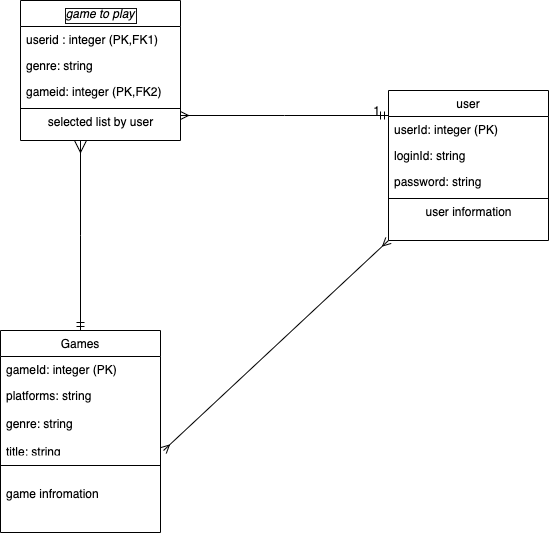
Earlier version of the draw.io export ERD.png (marzo20/project-2-Freegames). Source tidied: cells renumbered, new cells last; positions are measured from the earlier drawing's top-left corner, leaving out a move shared by most shapes.
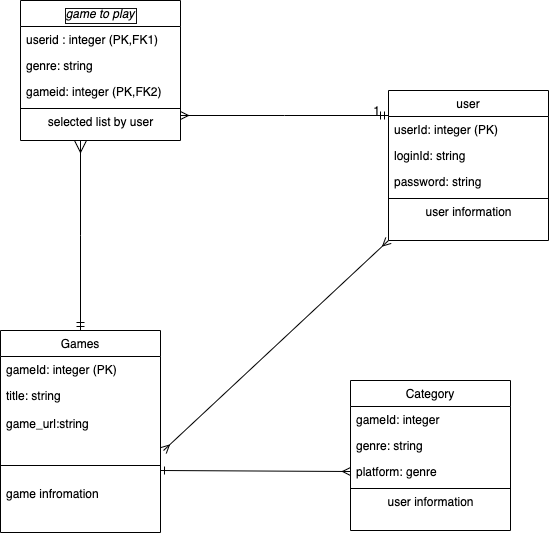
The same diagram one commit later.

Diff of the diagram source:
```diff
@@ -26,7 +26,7 @@
     <mxCell id="9" value="gameId: integer (PK)" style="text;align=left;verticalAlign=top;spacingLeft=4;spacingRight=4;overflow=hidden;fontColor=#000000;" parent="8" vertex="1">
       <mxGeometry y="26" width="160" height="26" as="geometry" />
     </mxCell>
-    <mxCell id="10" value="platforms: string&#10;&#10;genre: string&#10;&#10;title: string&#10;&#10;" style="text;align=left;verticalAlign=top;spacingLeft=4;spacingRight=4;overflow=hidden;points=[[0,0.5],[1,0.5]];portConstraint=eastwest;rounded=0;shadow=0;html=0;fontColor=#000000;" parent="8" vertex="1">
+    <mxCell id="10" value="title: string&#10;&#10;game_url:string" style="text;align=left;verticalAlign=top;spacingLeft=4;spacingRight=4;overflow=hidden;points=[[0,0.5],[1,0.5]];portConstraint=eastwest;rounded=0;shadow=0;html=0;fontColor=#000000;" parent="8" vertex="1">
       <mxGeometry y="52" width="160" height="68" as="geometry" />
     </mxCell>
     <mxCell id="11" style="line;html=1;strokeWidth=1;align=left;verticalAlign=middle;spacingTop=-1;spacingLeft=3;spacingRight=3;labelPosition=right;fontColor=#000000;" parent="8" vertex="1">
@@ -73,5 +73,28 @@
     <mxCell id="22" style="endArrow=ERmany;html=1;rounded=0;exitX=1.019;exitY=1;exitDx=0;exitDy=0;exitPerimeter=0;entryX=0;entryY=1;entryDx=0;entryDy=0;startArrow=ERmany;startFill=0;endFill=0;" parent="1" edge="1" source="10" target="14">
       <mxGeometry relative="1" as="geometry" />
     </mxCell>
+    <mxCell id="23" value="Category" style="swimlane;fontStyle=0;align=center;verticalAlign=top;horizontal=1;startSize=26;rounded=0;shadow=0;strokeWidth=1;fontColor=#000000;" parent="1" vertex="1">
+      <mxGeometry x="350" y="380" width="160" height="150" as="geometry" />
+    </mxCell>
+    <mxCell id="24" value="gameId: integer" style="text;align=left;verticalAlign=top;spacingLeft=4;spacingRight=4;overflow=hidden;fontColor=#000000;" parent="23" vertex="1">
+      <mxGeometry y="26" width="160" height="26" as="geometry" />
+    </mxCell>
+    <mxCell id="25" value="genre: string" style="text;align=left;verticalAlign=top;spacingLeft=4;spacingRight=4;overflow=hidden;rounded=0;shadow=0;html=0;fontColor=#000000;" parent="23" vertex="1">
+      <mxGeometry y="52" width="160" height="26" as="geometry" />
+    </mxCell>
+    <mxCell id="26" value="platform: genre" style="text;align=left;verticalAlign=top;spacingLeft=4;spacingRight=4;overflow=hidden;points=[[0,0.5],[1,0.5]];portConstraint=eastwest;rounded=0;shadow=0;html=0;fontColor=#000000;" parent="23" vertex="1">
+      <mxGeometry y="78" width="160" height="26" as="geometry" />
+    </mxCell>
+    <mxCell id="27" style="line;html=1;strokeWidth=1;align=left;verticalAlign=middle;spacingTop=-1;spacingLeft=3;spacingRight=3;labelPosition=right;fontColor=#000000;" parent="23" vertex="1">
+      <mxGeometry y="104" width="160" height="8" as="geometry" />
+    </mxCell>
+    <mxCell id="28" value="user information" style="text;html=1;align=center;verticalAlign=middle;strokeColor=none;fillColor=none;fontColor=#000000;" parent="23" vertex="1">
+      <mxGeometry y="112" width="160" height="20" as="geometry" />
+    </mxCell>
+    <mxCell id="29" style="endArrow=ERmany;html=1;rounded=0;entryX=0;entryY=0.5;entryDx=0;entryDy=0;startArrow=ERone;startFill=0;endFill=0;" parent="1" edge="1" target="26">
+      <mxGeometry relative="1" as="geometry">
+        <mxPoint x="160" y="470" as="sourcePoint" />
+      </mxGeometry>
+    </mxCell>
   </root>
 </mxGraphModel>
```
